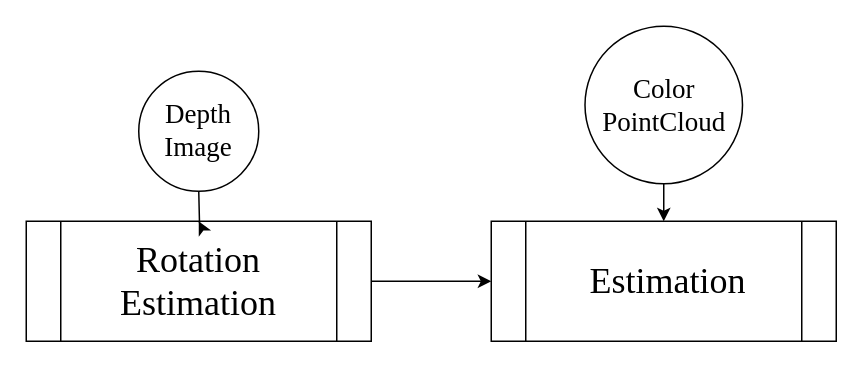
This is masterthesis.drawio from yangzheng-yz/ni-rgbd-slam, a draw.io file, before an edit. Source tidied: cells renumbered, new cells numbered last; positions are measured from the earlier drawing's top-left corner, leaving out a move shared by most shapes. Both pictures are drawn from the tidied source at 150%, with x=0, y=0 at pixel (26, 26).
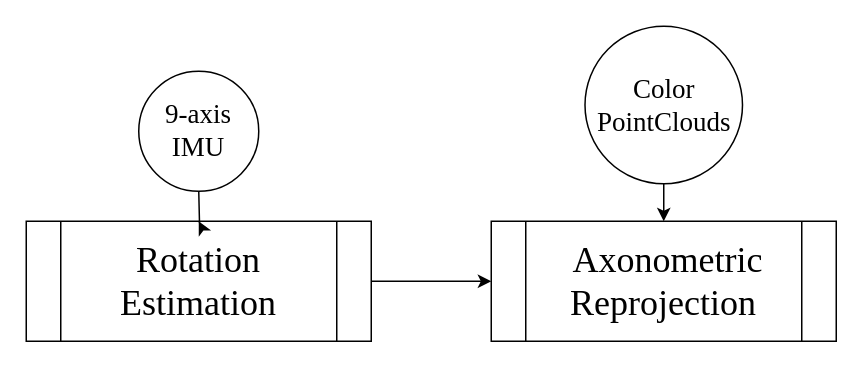
The same page after the edit.

Diff of the diagram source:
```diff
@@
 <mxGraphModel>
   <root>
     <mxCell id="0" />
     <mxCell id="1" parent="0" />
     <mxCell id="2" style="edgeStyle=orthogonalEdgeStyle;rounded=0;jettySize=auto;html=1;fontFamily=Times New Roman;fontSize=18;" parent="1" edge="1" source="3" target="4">
       <mxGeometry relative="1" as="geometry" />
     </mxCell>
     <mxCell id="3" value="&lt;font style=&quot;font-size: 24px;&quot; face=&quot;Times New Roman&quot;&gt;&lt;font&gt;Rotation Estimation&lt;/font&gt;&lt;br&gt;&lt;/font&gt;" style="shape=process;whiteSpace=wrap;html=1;backgroundOutline=1;" parent="1" vertex="1">
       <mxGeometry y="130" width="230" height="80" as="geometry" />
     </mxCell>
-    <mxCell id="4" value="&lt;font style=&quot;font-size: 24px;&quot; face=&quot;Times New Roman&quot;&gt;&lt;font&gt;&amp;nbsp;Estimation&lt;/font&gt;&lt;br&gt;&lt;/font&gt;" style="shape=process;whiteSpace=wrap;html=1;backgroundOutline=1;" parent="1" vertex="1">
+    <mxCell id="4" value="&lt;font style=&quot;font-size: 24px;&quot; face=&quot;Times New Roman&quot;&gt;&lt;font&gt;&amp;nbsp;Axonometric Reprojection&lt;br&gt;&lt;/font&gt;&lt;/font&gt;" style="shape=process;whiteSpace=wrap;html=1;backgroundOutline=1;" parent="1" vertex="1">
       <mxGeometry x="310" y="130" width="230" height="80" as="geometry" />
     </mxCell>
     <mxCell id="5" style="edgeStyle=orthogonalEdgeStyle;rounded=0;jettySize=auto;html=1;fontFamily=Times New Roman;fontSize=18;" parent="1" edge="1" target="3">
       <mxGeometry relative="1" as="geometry">
         <mxPoint x="115" y="110" as="sourcePoint" />
       </mxGeometry>
     </mxCell>
-    <mxCell id="6" value="&lt;div&gt;Depth&lt;/div&gt;&lt;div&gt;Image&lt;/div&gt;" style="ellipse;whiteSpace=wrap;html=1;fontFamily=Times New Roman;fontSize=18;" parent="1" vertex="1">
+    <mxCell id="6" value="&lt;div&gt;9-axis&lt;/div&gt;&lt;div&gt;IMU&lt;br&gt;&lt;/div&gt;" style="ellipse;whiteSpace=wrap;html=1;fontFamily=Times New Roman;fontSize=18;" parent="1" vertex="1">
       <mxGeometry x="75" y="30" width="80" height="80" as="geometry" />
     </mxCell>
     <mxCell id="7" style="edgeStyle=orthogonalEdgeStyle;rounded=0;jettySize=auto;html=1;fontFamily=Times New Roman;fontSize=18;" parent="1" edge="1" source="8" target="4">
       <mxGeometry relative="1" as="geometry" />
     </mxCell>
-    <mxCell id="8" value="Color PointCloud" style="ellipse;whiteSpace=wrap;html=1;fontFamily=Times New Roman;fontSize=18;" parent="1" vertex="1">
+    <mxCell id="8" value="Color PointClouds" style="ellipse;whiteSpace=wrap;html=1;fontFamily=Times New Roman;fontSize=18;" parent="1" vertex="1">
       <mxGeometry x="372.5" width="105" height="105" as="geometry" />
     </mxCell>
   </root>
 </mxGraphModel>
```
